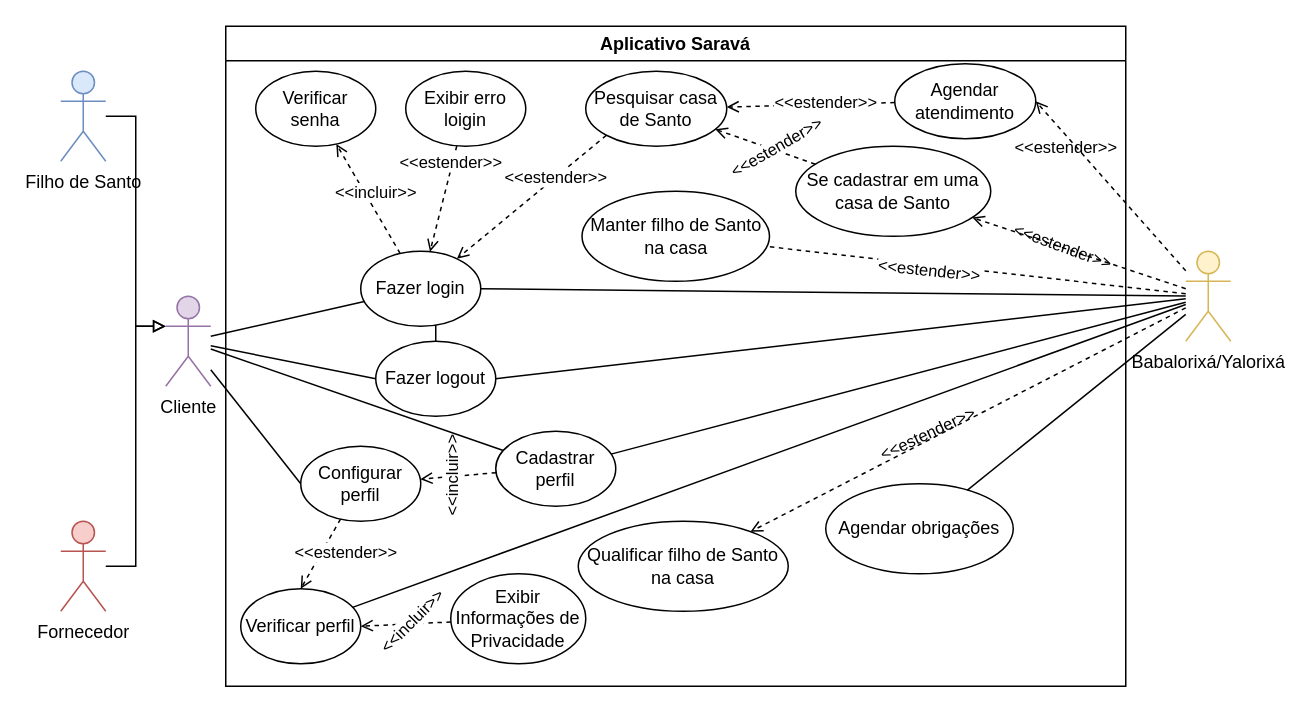
Earlier version of the draw.io diagram Diagrama sem nome.drawio (AlexCarvalhovisk/sarava). Source tidied: cells renumbered, new cells numbered last; positions are measured from the earlier drawing's top-left corner, leaving out a move shared by most shapes. Both pictures are drawn from the tidied source at 150%, with x=0, y=0 at pixel (60, 26).
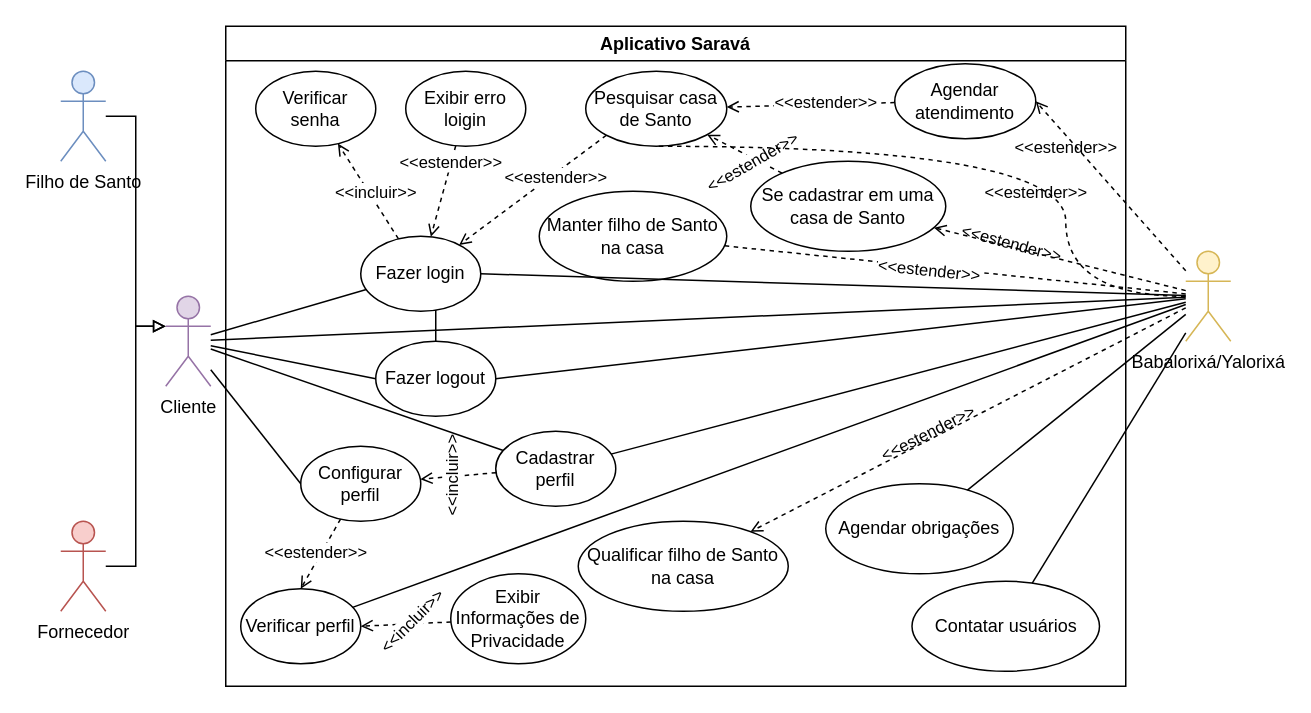
After the change.

The change refers to these unchanged cells:
```xml
<mxCell id="2" value="Aplicativo Saravá" style="swimlane;whiteSpace=wrap;html=1;" parent="1" vertex="1">
  <mxGeometry x="110" width="600" height="440" as="geometry" />
</mxCell>
<mxCell id="18" value="Pesquisar casa de Santo" style="ellipse;whiteSpace=wrap;html=1;" parent="2" vertex="1">
  <mxGeometry x="240" y="30" width="94" height="50" as="geometry" />
</mxCell>
<mxCell id="41" value="Cliente" style="shape=umlActor;verticalLabelPosition=bottom;verticalAlign=top;html=1;outlineConnect=0;fillColor=#e1d5e7;strokeColor=#9673a6;" parent="1" vertex="1">
  <mxGeometry x="70" y="180" width="30" height="60" as="geometry" />
</mxCell>
<mxCell id="53" value="Babalorixá/Yalorixá" style="shape=umlActor;verticalLabelPosition=bottom;verticalAlign=top;html=1;outlineConnect=0;fillColor=#fff2cc;strokeColor=#d6b656;" parent="1" vertex="1">
  <mxGeometry x="750" y="150" width="30" height="60" as="geometry" />
</mxCell>
```

Change to the diagram source:
```diff
@@
     <mxCell id="5" value="Fazer login" style="ellipse;whiteSpace=wrap;html=1;" parent="2" vertex="1">
-      <mxGeometry x="90" y="150" width="80" height="50" as="geometry" />
+      <mxGeometry x="90" y="140" width="80" height="50" as="geometry" />
     </mxCell>
@@
     <mxCell id="20" value="Se cadastrar em uma casa de Santo" style="ellipse;whiteSpace=wrap;html=1;" parent="2" vertex="1">
-      <mxGeometry x="380" y="80" width="130" height="60" as="geometry" />
+      <mxGeometry x="350" y="90" width="130" height="60" as="geometry" />
     </mxCell>
@@
     <mxCell id="22" value="&amp;lt;&amp;lt;estender&amp;gt;&amp;gt;" style="edgeLabel;html=1;align=center;verticalAlign=middle;" parent="2" vertex="1">
-      <mxGeometry x="60" y="350" as="geometry">
+      <mxGeometry x="40" y="350" as="geometry">
         <mxPoint x="19" as="offset" />
       </mxGeometry>
     </mxCell>
@@
     <mxCell id="24" value="&amp;lt;&amp;lt;estender&amp;gt;&amp;gt;" style="edgeLabel;html=1;align=center;verticalAlign=middle;rotation=-30;" parent="2" vertex="1">
-      <mxGeometry x="350" y="90" as="geometry">
+      <mxGeometry x="334" y="100" as="geometry">
         <mxPoint x="19" as="offset" />
       </mxGeometry>
     </mxCell>
     <mxCell id="25" value="Manter filho de Santo na casa" style="ellipse;whiteSpace=wrap;html=1;" parent="2" vertex="1">
-      <mxGeometry x="237.5" y="110" width="125" height="60" as="geometry" />
+      <mxGeometry x="209" y="110" width="125" height="60" as="geometry" />
     </mxCell>
@@
-    <mxCell id="30" value="&amp;lt;&amp;lt;estender&amp;gt;&amp;gt;" style="edgeLabel;html=1;align=center;verticalAlign=middle;rotation=-25;" parent="2" vertex="1">
+    <mxCell id="30" value="&amp;lt;&amp;lt;estender&amp;gt;&amp;gt;" style="edgeLabel;html=1;align=center;verticalAlign=middle;rotation=333;" parent="2" vertex="1">
       <mxGeometry x="450" y="280" as="geometry">
         <mxPoint x="19" as="offset" />
       </mxGeometry>
     </mxCell>
@@
-    <mxCell id="36" value="&amp;lt;&amp;lt;estender&amp;gt;&amp;gt;" style="edgeLabel;html=1;align=center;verticalAlign=middle;rotation=20;" parent="2" vertex="1">
+    <mxCell id="36" value="&amp;lt;&amp;lt;estender&amp;gt;&amp;gt;" style="edgeLabel;html=1;align=center;verticalAlign=middle;rotation=15;" parent="2" vertex="1">
       <mxGeometry x="540" y="140" as="geometry">
-        <mxPoint x="19" as="offset" />
+        <mxPoint x="-14.3" y="7.9" as="offset" />
       </mxGeometry>
     </mxCell>
+    <mxCell id="57" value="&amp;lt;&amp;lt;estender&amp;gt;&amp;gt;" style="edgeLabel;html=1;align=center;verticalAlign=middle;rotation=0;" parent="2" vertex="1">
+      <mxGeometry x="520" y="110" as="geometry">
+        <mxPoint x="19" as="offset" />
+      </mxGeometry>
+    </mxCell>
+    <mxCell id="58" value="Contatar usuários" style="ellipse;whiteSpace=wrap;html=1;" parent="2" vertex="1">
+      <mxGeometry x="457.5" y="370" width="125" height="60" as="geometry" />
+    </mxCell>
@@
+    <mxCell id="59" style="rounded=0;jettySize=auto;html=1;startArrow=none;startFill=0;edgeStyle=orthogonalEdgeStyle;curved=1;endArrow=none;endFill=0;dashed=1;" parent="1" edge="1" source="53" target="18">
+      <mxGeometry relative="1" as="geometry">
+        <Array as="points">
+          <mxPoint x="670" y="180" />
+          <mxPoint x="670" y="80" />
+        </Array>
+      </mxGeometry>
+    </mxCell>
+    <mxCell id="60" style="rounded=0;jettySize=auto;html=1;endArrow=none;endFill=0;" parent="1" edge="1" source="53" target="58">
+      <mxGeometry relative="1" as="geometry" />
+    </mxCell>
+    <mxCell id="61" style="rounded=0;jettySize=auto;html=1;endArrow=none;endFill=0;" parent="1" edge="1" source="53" target="41">
+      <mxGeometry relative="1" as="geometry" />
+    </mxCell>
```
